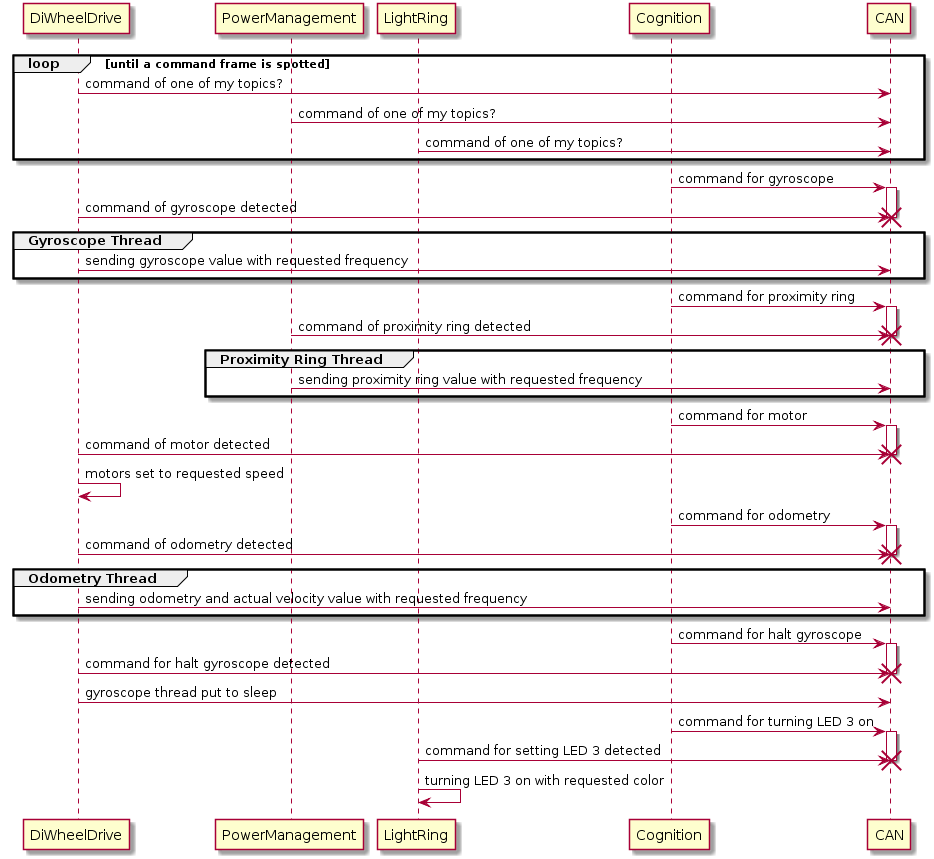
Before: diagrams/sequence_overall.png, a diagram exported from PlantUML (neckike/AMiRo_MasterThesis). Source of this version:
```plantuml
@startuml
participant DiWheelDrive
participant PowerManagement
participant LightRing
participant Cognition
participant CAN

loop until a command frame is spotted
     DiWheelDrive -> CAN: command of one of my topics?
     PowerManagement -> CAN: command of one of my topics?
     LightRing -> CAN:command of one of my topics?
end

Cognition -> CAN : command for gyroscope
activate CAN
DiWheelDrive -> CAN: command of gyroscope detected
destroy CAN

group Gyroscope Thread
     DiWheelDrive -> CAN: sending gyroscope value with requested frequency
end

Cognition -> CAN : command for proximity ring
activate CAN
PowerManagement -> CAN: command of proximity ring detected
destroy CAN

group Proximity Ring Thread
     PowerManagement -> CAN: sending proximity ring value with requested frequency
end

Cognition -> CAN : command for motor
activate CAN
DiWheelDrive -> CAN: command of motor detected
destroy CAN

DiWheelDrive -> DiWheelDrive: motors set to requested speed

Cognition -> CAN : command for odometry
activate CAN
DiWheelDrive -> CAN: command of odometry detected
destroy CAN

group Odometry Thread
     DiWheelDrive -> CAN: sending odometry and actual velocity value with requested frequency
end

Cognition -> CAN : command for halt gyroscope
activate CAN
DiWheelDrive -> CAN: command for halt gyroscope detected
destroy CAN

DiWheelDrive -> CAN: gyroscope thread put to sleep

Cognition -> CAN : command for turning LED 3 on
activate CAN
LightRing -> CAN: command for setting LED 3 detected
destroy CAN

LightRing -> LightRing: turning LED 3 on with requested color
@enduml
```
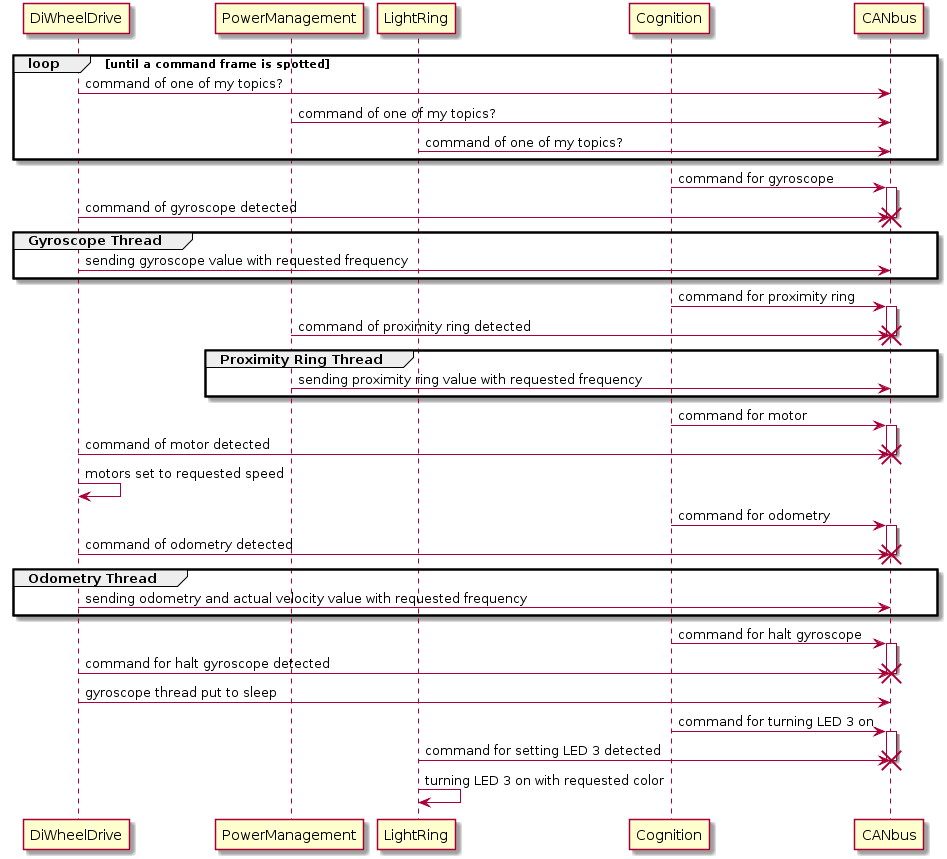
Above is the later version.

Change to the diagram source:
```diff
@@ -3,59 +3,59 @@
 participant PowerManagement
 participant LightRing
 participant Cognition
-participant CAN
+participant CANbus
 
 loop until a command frame is spotted
-     DiWheelDrive -> CAN: command of one of my topics?
-     PowerManagement -> CAN: command of one of my topics?
-     LightRing -> CAN:command of one of my topics?
+     DiWheelDrive -> CANbus: command of one of my topics?
+     PowerManagement -> CANbus: command of one of my topics?
+     LightRing -> CANbus:command of one of my topics?
 end
 
-Cognition -> CAN : command for gyroscope
-activate CAN
-DiWheelDrive -> CAN: command of gyroscope detected
-destroy CAN
+Cognition -> CANbus : command for gyroscope
+activate CANbus
+DiWheelDrive -> CANbus: command of gyroscope detected
+destroy CANbus
 
 group Gyroscope Thread
-     DiWheelDrive -> CAN: sending gyroscope value with requested frequency
+     DiWheelDrive -> CANbus: sending gyroscope value with requested frequency
 end
 
-Cognition -> CAN : command for proximity ring
-activate CAN
-PowerManagement -> CAN: command of proximity ring detected
-destroy CAN
+Cognition -> CANbus : command for proximity ring
+activate CANbus
+PowerManagement -> CANbus: command of proximity ring detected
+destroy CANbus
 
 group Proximity Ring Thread
-     PowerManagement -> CAN: sending proximity ring value with requested frequency
+     PowerManagement -> CANbus: sending proximity ring value with requested frequency
 end
 
-Cognition -> CAN : command for motor
-activate CAN
-DiWheelDrive -> CAN: command of motor detected
-destroy CAN
+Cognition -> CANbus : command for motor
+activate CANbus
+DiWheelDrive -> CANbus: command of motor detected
+destroy CANbus
 
 DiWheelDrive -> DiWheelDrive: motors set to requested speed
 
-Cognition -> CAN : command for odometry
-activate CAN
-DiWheelDrive -> CAN: command of odometry detected
-destroy CAN
+Cognition -> CANbus : command for odometry
+activate CANbus
+DiWheelDrive -> CANbus: command of odometry detected
+destroy CANbus
 
 group Odometry Thread
-     DiWheelDrive -> CAN: sending odometry and actual velocity value with requested frequency
+     DiWheelDrive -> CANbus: sending odometry and actual velocity value with requested frequency
 end
 
-Cognition -> CAN : command for halt gyroscope
-activate CAN
-DiWheelDrive -> CAN: command for halt gyroscope detected
-destroy CAN
+Cognition -> CANbus : command for halt gyroscope
+activate CANbus
+DiWheelDrive -> CANbus: command for halt gyroscope detected
+destroy CANbus
 
-DiWheelDrive -> CAN: gyroscope thread put to sleep
+DiWheelDrive -> CANbus: gyroscope thread put to sleep
 
-Cognition -> CAN : command for turning LED 3 on
-activate CAN
-LightRing -> CAN: command for setting LED 3 detected
-destroy CAN
+Cognition -> CANbus : command for turning LED 3 on
+activate CANbus
+LightRing -> CANbus: command for setting LED 3 detected
+destroy CANbus
 
 LightRing -> LightRing: turning LED 3 on with requested color
 @enduml
```
